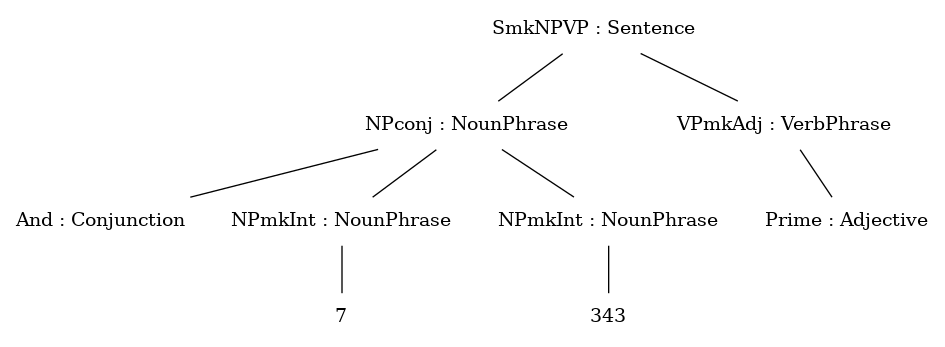
Before: ast.png, a diagram exported from Graphviz (pkshashank/Winter). Its source is kept beside it as ast.dot.
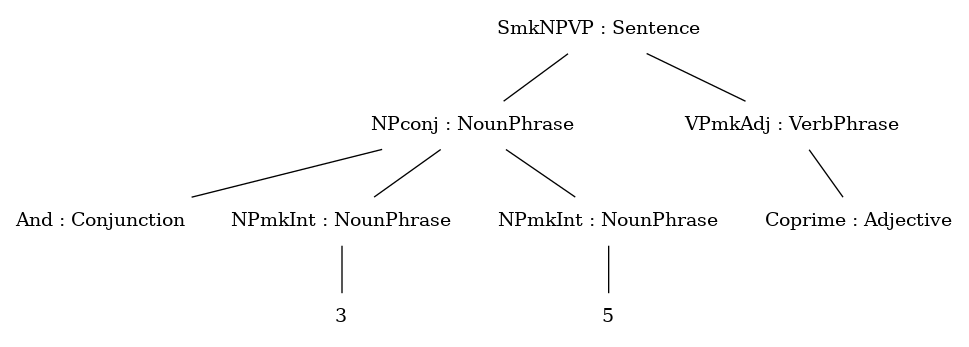
The same file after the commit.

Diff of the diagram source:
```diff
@@ -6,14 +6,14 @@
 n0_0 -- n0_0_0 [style = "solid"];
 n1_0_0[label = "NPmkInt : NounPhrase", style = "solid", shape = "plaintext"] ;
 n0_0 -- n1_0_0 [style = "solid"];
-n0_1_0_0[label = "7", style = "solid", shape = "plaintext"] ;
+n0_1_0_0[label = "3", style = "solid", shape = "plaintext"] ;
 n1_0_0 -- n0_1_0_0 [style = "solid"];
 n2_0_0[label = "NPmkInt : NounPhrase", style = "solid", shape = "plaintext"] ;
 n0_0 -- n2_0_0 [style = "solid"];
-n0_2_0_0[label = "343", style = "solid", shape = "plaintext"] ;
+n0_2_0_0[label = "5", style = "solid", shape = "plaintext"] ;
 n2_0_0 -- n0_2_0_0 [style = "solid"];
 n1_0[label = "VPmkAdj : VerbPhrase", style = "solid", shape = "plaintext"] ;
 n0 -- n1_0 [style = "solid"];
-n0_1_0[label = "Prime : Adjective", style = "solid", shape = "plaintext"] ;
+n0_1_0[label = "Coprime : Adjective", style = "solid", shape = "plaintext"] ;
 n1_0 -- n0_1_0 [style = "solid"];
 }
```
